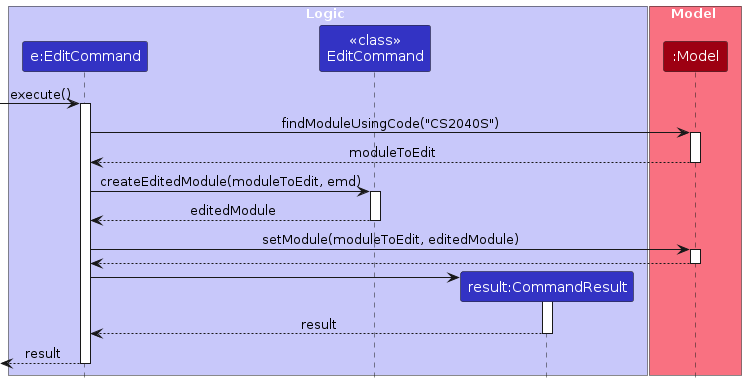
ji-just-ji/tp keeps this PlantUML diagram as diagrams/EditExecuteSequenceDiagram.png. Above is the earlier version. Its source is kept beside it as diagrams/EditExecuteSequenceDiagram.puml.
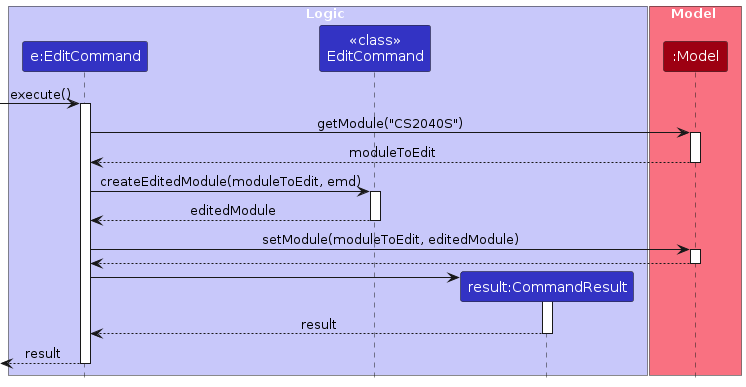
Later version of the same file.

Diff of the diagram source:
```diff
@@ -15,7 +15,7 @@
 [-> EditCommand : execute()
 activate EditCommand
 
-EditCommand -> Model : findModuleUsingCode("CS2040S")
+EditCommand -> Model : getModule("CS2040S")
 activate Model
 
 Model --> EditCommand : moduleToEdit
```
